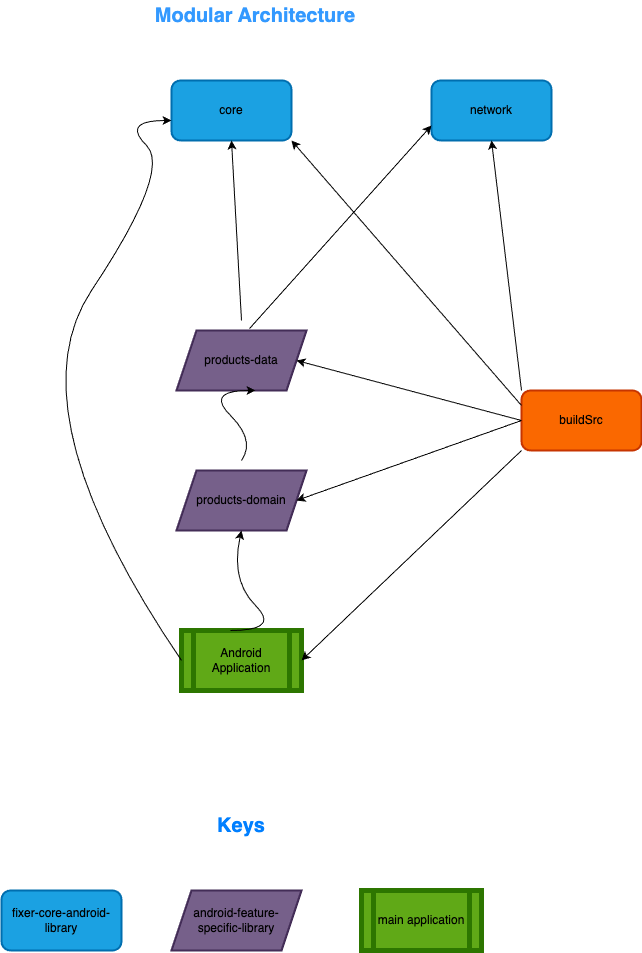
This is Modules Overview/ModulesOverview.png from GeorgePeterPandian/ECommerce, a draw.io export, as it was before one commit. Source tidied: cells renumbered, new cells last; positions are measured from the earlier drawing's top-left corner, leaving out a move shared by most shapes.
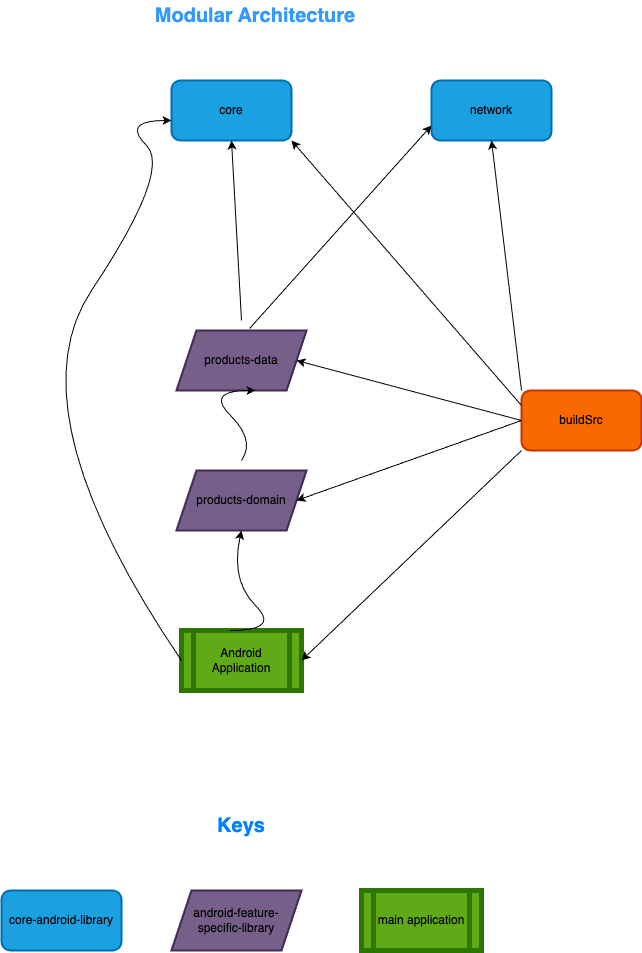
After the change.

Diff of the diagram source:
```diff
@@ -26,7 +26,7 @@
     <mxCell id="9" value="&lt;font color=&quot;#000000&quot;&gt;core&lt;/font&gt;" style="rounded=1;whiteSpace=wrap;html=1;fillColor=#1ba1e2;strokeColor=#006EAF;strokeWidth=2;fontColor=#ffffff;" parent="1" vertex="1">
       <mxGeometry x="170" y="80" width="120" height="60" as="geometry" />
     </mxCell>
-    <mxCell id="10" value="&lt;font color=&quot;#000000&quot;&gt;fixer-core-android-library&lt;/font&gt;" style="rounded=1;whiteSpace=wrap;html=1;fillColor=#1ba1e2;strokeColor=#006EAF;strokeWidth=2;fontColor=#ffffff;" parent="1" vertex="1">
+    <mxCell id="10" value="&lt;font color=&quot;#000000&quot;&gt;core-android-library&lt;/font&gt;" style="rounded=1;whiteSpace=wrap;html=1;fillColor=#1ba1e2;strokeColor=#006EAF;strokeWidth=2;fontColor=#ffffff;" parent="1" vertex="1">
       <mxGeometry y="890" width="120" height="60" as="geometry" />
     </mxCell>
     <mxCell id="11" style="edgeStyle=orthogonalEdgeStyle;rounded=0;orthogonalLoop=1;jettySize=auto;html=1;exitX=0.5;exitY=1;exitDx=0;exitDy=0;" parent="1" edge="1">
```
